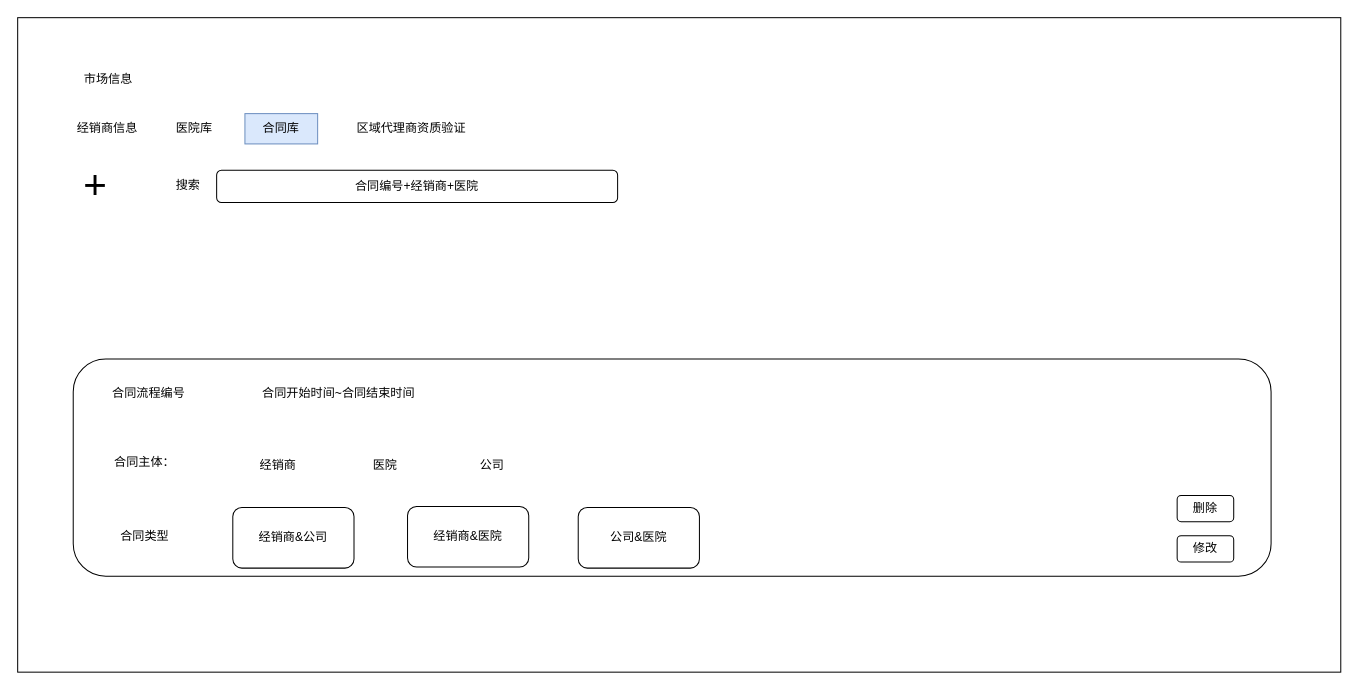
Before: page "合同库" (3 of 6) of 泰加市场.drawio in cangwang/news, a draw.io diagram. Source tidied: cells renumbered, new cells numbered last; positions are measured from the earlier drawing's top-left corner, leaving out a move shared by most shapes. Both pictures are drawn from the tidied source at 101%, with x=0, y=0 at pixel (17, 17).
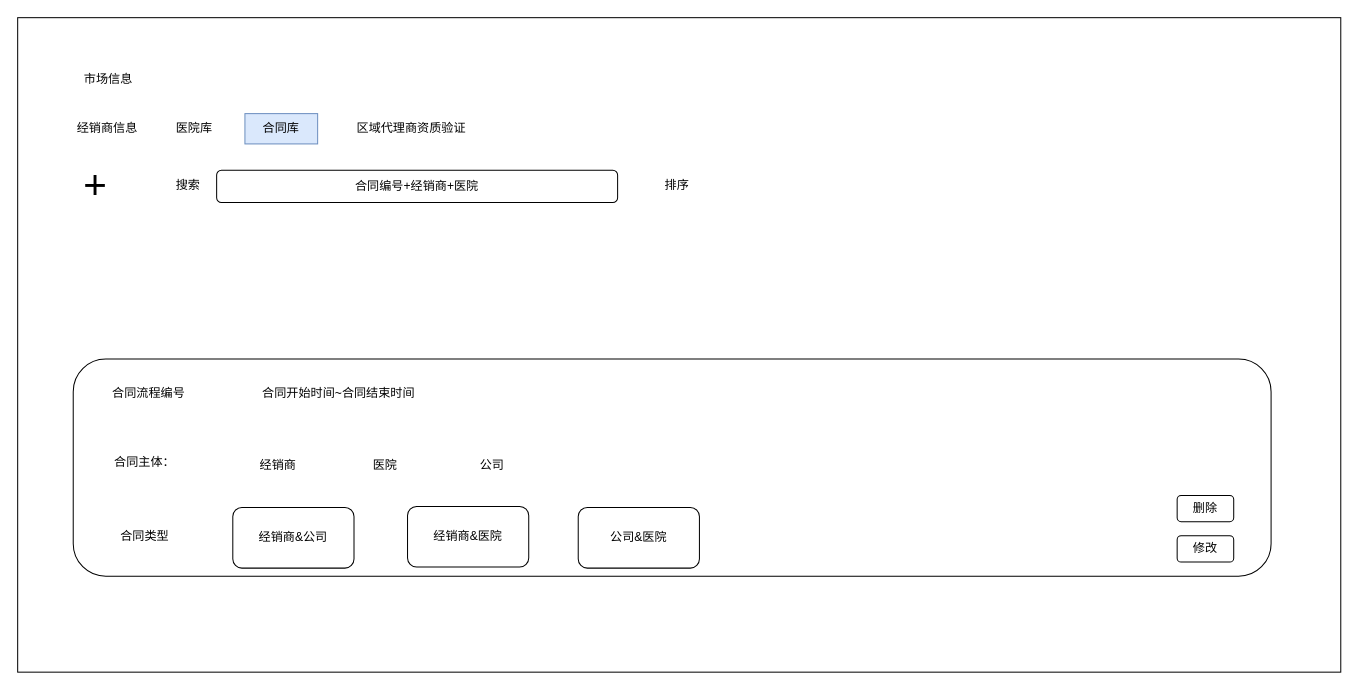
The same diagram, later.

Change to the diagram source:
```diff
@@
+    <mxCell id="24" value="排序" style="text;html=1;strokeColor=none;fillColor=none;align=center;verticalAlign=middle;whiteSpace=wrap;rounded=0;fontSize=12;" parent="1" vertex="1">
+      <mxGeometry x="623" y="151" width="60" height="30" as="geometry" />
+    </mxCell>
```
